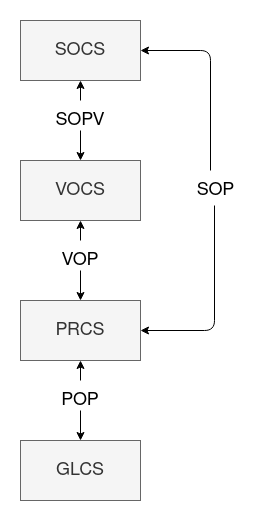
Above: riegl_vz/img/cs.png in riegllms/ros-riegl-vz (draw.io), before the change. Source tidied: cells renumbered, new cells last; positions are measured from the earlier drawing's top-left corner, leaving out a move shared by most shapes. Source of this version:
```xml
<mxGraphModel>
  <root>
    <mxCell id="0" />
    <mxCell id="1" parent="0" />
    <mxCell id="2" value="&lt;font style=&quot;font-size: 18px&quot;&gt;SOCS&lt;/font&gt;" style="rounded=0;whiteSpace=wrap;html=1;fillColor=#f5f5f5;strokeColor=#666666;fontColor=#333333;" parent="1" vertex="1">
      <mxGeometry width="120" height="60" as="geometry" />
    </mxCell>
    <mxCell id="3" value="&lt;font style=&quot;font-size: 18px&quot;&gt;VOCS&lt;/font&gt;" style="rounded=0;whiteSpace=wrap;html=1;fillColor=#f5f5f5;strokeColor=#666666;fontColor=#333333;" parent="1" vertex="1">
      <mxGeometry y="140" width="120" height="60" as="geometry" />
    </mxCell>
    <mxCell id="4" value="&lt;font style=&quot;font-size: 18px&quot;&gt;PRCS&lt;/font&gt;" style="rounded=0;whiteSpace=wrap;html=1;fillColor=#f5f5f5;strokeColor=#666666;fontColor=#333333;" parent="1" vertex="1">
      <mxGeometry y="280" width="120" height="60" as="geometry" />
    </mxCell>
    <mxCell id="5" value="&lt;font style=&quot;font-size: 18px&quot;&gt;GLCS&lt;/font&gt;" style="rounded=0;whiteSpace=wrap;html=1;fillColor=#f5f5f5;strokeColor=#666666;fontColor=#333333;" parent="1" vertex="1">
      <mxGeometry y="420" width="120" height="60" as="geometry" />
    </mxCell>
    <mxCell id="6" value="&lt;font style=&quot;font-size: 18px&quot;&gt;SOPV&lt;/font&gt;" style="text;html=1;strokeColor=none;fillColor=none;align=center;verticalAlign=middle;whiteSpace=wrap;rounded=0;" parent="1" vertex="1">
      <mxGeometry x="40" y="90" width="40" height="20" as="geometry" />
    </mxCell>
    <mxCell id="7" value="&lt;font style=&quot;font-size: 18px&quot;&gt;SOP&lt;/font&gt;" style="text;html=1;align=center;verticalAlign=middle;points=[];" parent="1" vertex="1">
      <mxGeometry x="170" y="160" width="50" height="20" as="geometry" />
    </mxCell>
    <mxCell id="8" value="&lt;font style=&quot;font-size: 18px&quot;&gt;VOP&lt;/font&gt;" style="text;html=1;strokeColor=none;fillColor=none;align=center;verticalAlign=middle;whiteSpace=wrap;rounded=0;" parent="1" vertex="1">
      <mxGeometry x="40" y="230" width="40" height="20" as="geometry" />
    </mxCell>
    <mxCell id="9" value="&lt;font style=&quot;font-size: 18px&quot;&gt;POP&lt;/font&gt;" style="text;html=1;strokeColor=none;fillColor=none;align=center;verticalAlign=middle;whiteSpace=wrap;rounded=0;" parent="1" vertex="1">
      <mxGeometry x="40" y="370" width="40" height="20" as="geometry" />
    </mxCell>
    <mxCell id="10" style="endArrow=classic;html=1;entryX=1;entryY=0.5;entryDx=0;entryDy=0;" parent="1" edge="1" target="2">
      <mxGeometry relative="1" as="geometry">
        <mxPoint x="190" y="150" as="sourcePoint" />
        <Array as="points">
          <mxPoint x="190" y="30" />
        </Array>
      </mxGeometry>
    </mxCell>
    <mxCell id="11" style="endArrow=classic;html=1;entryX=1;entryY=0.5;entryDx=0;entryDy=0;exitX=0.48;exitY=1.25;exitDx=0;exitDy=0;exitPerimeter=0;" parent="1" edge="1" source="7" target="4">
      <mxGeometry relative="1" as="geometry">
        <Array as="points">
          <mxPoint x="194" y="310" />
        </Array>
      </mxGeometry>
    </mxCell>
    <mxCell id="12" style="endArrow=classic;html=1;entryX=0.5;entryY=1;entryDx=0;entryDy=0;" parent="1" edge="1" target="2">
      <mxGeometry relative="1" as="geometry">
        <mxPoint x="60" y="80" as="sourcePoint" />
      </mxGeometry>
    </mxCell>
    <mxCell id="13" style="endArrow=classic;html=1;entryX=0.5;entryY=0;entryDx=0;entryDy=0;entryPerimeter=0;exitX=0.5;exitY=1;exitDx=0;exitDy=0;" parent="1" edge="1" source="6" target="3">
      <mxGeometry relative="1" as="geometry" />
    </mxCell>
    <mxCell id="14" style="endArrow=classic;html=1;entryX=0.5;entryY=0;entryDx=0;entryDy=0;exitX=0.5;exitY=1;exitDx=0;exitDy=0;" parent="1" edge="1" source="8" target="4">
      <mxGeometry relative="1" as="geometry" />
    </mxCell>
    <mxCell id="15" style="endArrow=classic;html=1;entryX=0.5;entryY=1;entryDx=0;entryDy=0;" parent="1" edge="1" target="3">
      <mxGeometry relative="1" as="geometry">
        <mxPoint x="60" y="220" as="sourcePoint" />
      </mxGeometry>
    </mxCell>
    <mxCell id="16" style="endArrow=classic;html=1;entryX=0.5;entryY=1;entryDx=0;entryDy=0;" parent="1" edge="1" target="4">
      <mxGeometry relative="1" as="geometry">
        <mxPoint x="60" y="360" as="sourcePoint" />
      </mxGeometry>
    </mxCell>
    <mxCell id="17" style="endArrow=classic;html=1;" parent="1" edge="1">
      <mxGeometry relative="1" as="geometry">
        <mxPoint x="60" y="390" as="sourcePoint" />
        <mxPoint x="60" y="420" as="targetPoint" />
      </mxGeometry>
    </mxCell>
  </root>
</mxGraphModel>
```
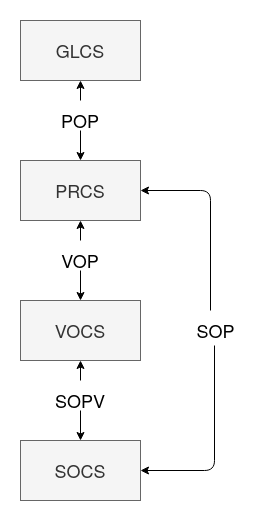
The same file after the commit.

Change to the diagram source:
```diff
@@ -2,42 +2,44 @@
   <root>
     <mxCell id="0" />
     <mxCell id="1" parent="0" />
-    <mxCell id="2" value="&lt;font style=&quot;font-size: 18px&quot;&gt;SOCS&lt;/font&gt;" style="rounded=0;whiteSpace=wrap;html=1;fillColor=#f5f5f5;strokeColor=#666666;fontColor=#333333;" parent="1" vertex="1">
+    <mxCell id="2" value="&lt;font style=&quot;font-size: 18px&quot;&gt;GLCS&lt;/font&gt;" style="rounded=0;whiteSpace=wrap;html=1;fillColor=#f5f5f5;strokeColor=#666666;fontColor=#333333;" parent="1" vertex="1">
       <mxGeometry width="120" height="60" as="geometry" />
     </mxCell>
-    <mxCell id="3" value="&lt;font style=&quot;font-size: 18px&quot;&gt;VOCS&lt;/font&gt;" style="rounded=0;whiteSpace=wrap;html=1;fillColor=#f5f5f5;strokeColor=#666666;fontColor=#333333;" parent="1" vertex="1">
+    <mxCell id="3" value="&lt;font style=&quot;font-size: 18px&quot;&gt;PRCS&lt;/font&gt;" style="rounded=0;whiteSpace=wrap;html=1;fillColor=#f5f5f5;strokeColor=#666666;fontColor=#333333;" parent="1" vertex="1">
       <mxGeometry y="140" width="120" height="60" as="geometry" />
     </mxCell>
-    <mxCell id="4" value="&lt;font style=&quot;font-size: 18px&quot;&gt;PRCS&lt;/font&gt;" style="rounded=0;whiteSpace=wrap;html=1;fillColor=#f5f5f5;strokeColor=#666666;fontColor=#333333;" parent="1" vertex="1">
+    <mxCell id="4" value="&lt;font style=&quot;font-size: 18px&quot;&gt;VOCS&lt;/font&gt;" style="rounded=0;whiteSpace=wrap;html=1;fillColor=#f5f5f5;strokeColor=#666666;fontColor=#333333;" parent="1" vertex="1">
       <mxGeometry y="280" width="120" height="60" as="geometry" />
     </mxCell>
-    <mxCell id="5" value="&lt;font style=&quot;font-size: 18px&quot;&gt;GLCS&lt;/font&gt;" style="rounded=0;whiteSpace=wrap;html=1;fillColor=#f5f5f5;strokeColor=#666666;fontColor=#333333;" parent="1" vertex="1">
+    <mxCell id="5" value="&lt;font style=&quot;font-size: 18px&quot;&gt;SOCS&lt;/font&gt;" style="rounded=0;whiteSpace=wrap;html=1;fillColor=#f5f5f5;strokeColor=#666666;fontColor=#333333;" parent="1" vertex="1">
       <mxGeometry y="420" width="120" height="60" as="geometry" />
     </mxCell>
-    <mxCell id="6" value="&lt;font style=&quot;font-size: 18px&quot;&gt;SOPV&lt;/font&gt;" style="text;html=1;strokeColor=none;fillColor=none;align=center;verticalAlign=middle;whiteSpace=wrap;rounded=0;" parent="1" vertex="1">
+    <mxCell id="6" value="&lt;font style=&quot;font-size: 18px&quot;&gt;POP&lt;/font&gt;" style="text;html=1;strokeColor=none;fillColor=none;align=center;verticalAlign=middle;whiteSpace=wrap;rounded=0;" parent="1" vertex="1">
       <mxGeometry x="40" y="90" width="40" height="20" as="geometry" />
     </mxCell>
     <mxCell id="7" value="&lt;font style=&quot;font-size: 18px&quot;&gt;SOP&lt;/font&gt;" style="text;html=1;align=center;verticalAlign=middle;points=[];" parent="1" vertex="1">
-      <mxGeometry x="170" y="160" width="50" height="20" as="geometry" />
+      <mxGeometry x="170" y="300" width="50" height="20" as="geometry" />
     </mxCell>
     <mxCell id="8" value="&lt;font style=&quot;font-size: 18px&quot;&gt;VOP&lt;/font&gt;" style="text;html=1;strokeColor=none;fillColor=none;align=center;verticalAlign=middle;whiteSpace=wrap;rounded=0;" parent="1" vertex="1">
       <mxGeometry x="40" y="230" width="40" height="20" as="geometry" />
     </mxCell>
-    <mxCell id="9" value="&lt;font style=&quot;font-size: 18px&quot;&gt;POP&lt;/font&gt;" style="text;html=1;strokeColor=none;fillColor=none;align=center;verticalAlign=middle;whiteSpace=wrap;rounded=0;" parent="1" vertex="1">
+    <mxCell id="9" value="&lt;font style=&quot;font-size: 18px&quot;&gt;SOPV&lt;/font&gt;" style="text;html=1;strokeColor=none;fillColor=none;align=center;verticalAlign=middle;whiteSpace=wrap;rounded=0;" parent="1" vertex="1">
       <mxGeometry x="40" y="370" width="40" height="20" as="geometry" />
     </mxCell>
-    <mxCell id="10" style="endArrow=classic;html=1;entryX=1;entryY=0.5;entryDx=0;entryDy=0;" parent="1" edge="1" target="2">
+    <mxCell id="10" style="endArrow=classic;html=1;entryX=1;entryY=0.5;entryDx=0;entryDy=0;" parent="1" edge="1">
       <mxGeometry relative="1" as="geometry">
-        <mxPoint x="190" y="150" as="sourcePoint" />
+        <mxPoint x="190" y="290" as="sourcePoint" />
+        <mxPoint x="120" y="170" as="targetPoint" />
         <Array as="points">
-          <mxPoint x="190" y="30" />
+          <mxPoint x="190" y="170" />
         </Array>
       </mxGeometry>
     </mxCell>
-    <mxCell id="11" style="endArrow=classic;html=1;entryX=1;entryY=0.5;entryDx=0;entryDy=0;exitX=0.48;exitY=1.25;exitDx=0;exitDy=0;exitPerimeter=0;" parent="1" edge="1" source="7" target="4">
+    <mxCell id="11" style="endArrow=classic;html=1;entryX=1;entryY=0.5;entryDx=0;entryDy=0;exitX=0.48;exitY=1.25;exitDx=0;exitDy=0;exitPerimeter=0;" parent="1" edge="1" source="7">
       <mxGeometry relative="1" as="geometry">
+        <mxPoint x="120" y="450" as="targetPoint" />
         <Array as="points">
-          <mxPoint x="194" y="310" />
+          <mxPoint x="194" y="450" />
         </Array>
       </mxGeometry>
     </mxCell>
```
